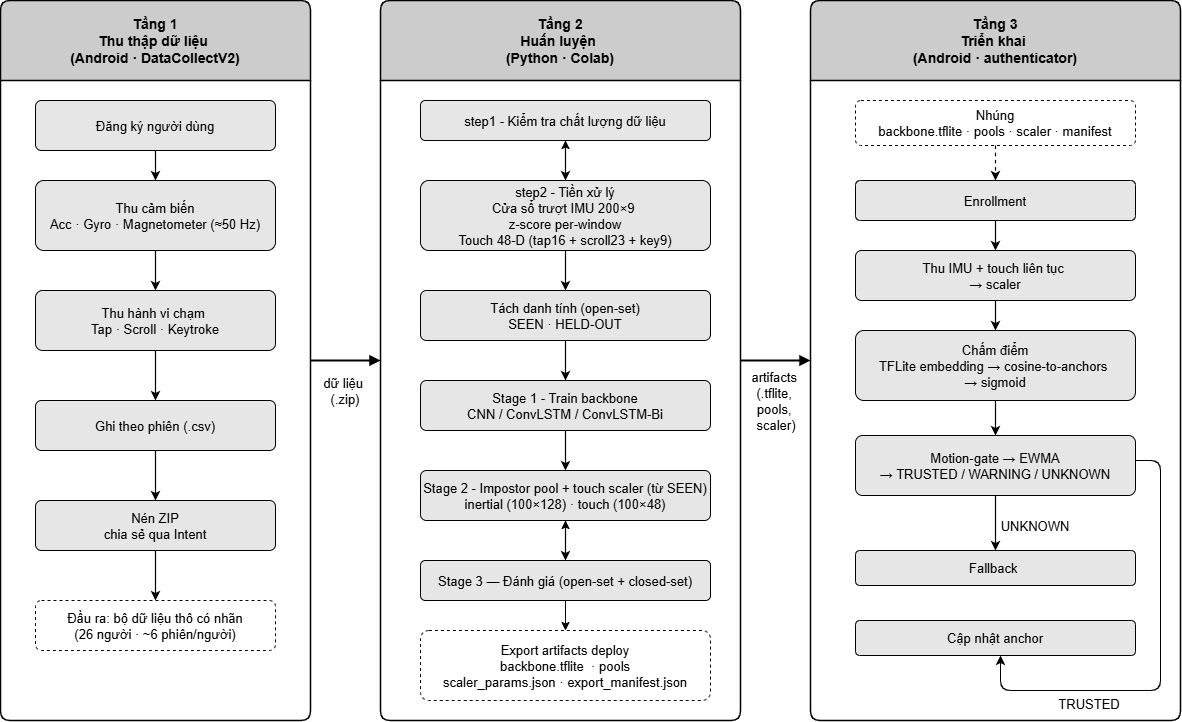
Above: docs/report/DATN/Hinh_ve/kientruc_tongquan.png in MaiVanDang/DATN (draw.io), before the change. Source tidied: cells renumbered, new cells last; positions are measured from the earlier drawing's top-left corner, leaving out a move shared by most shapes.
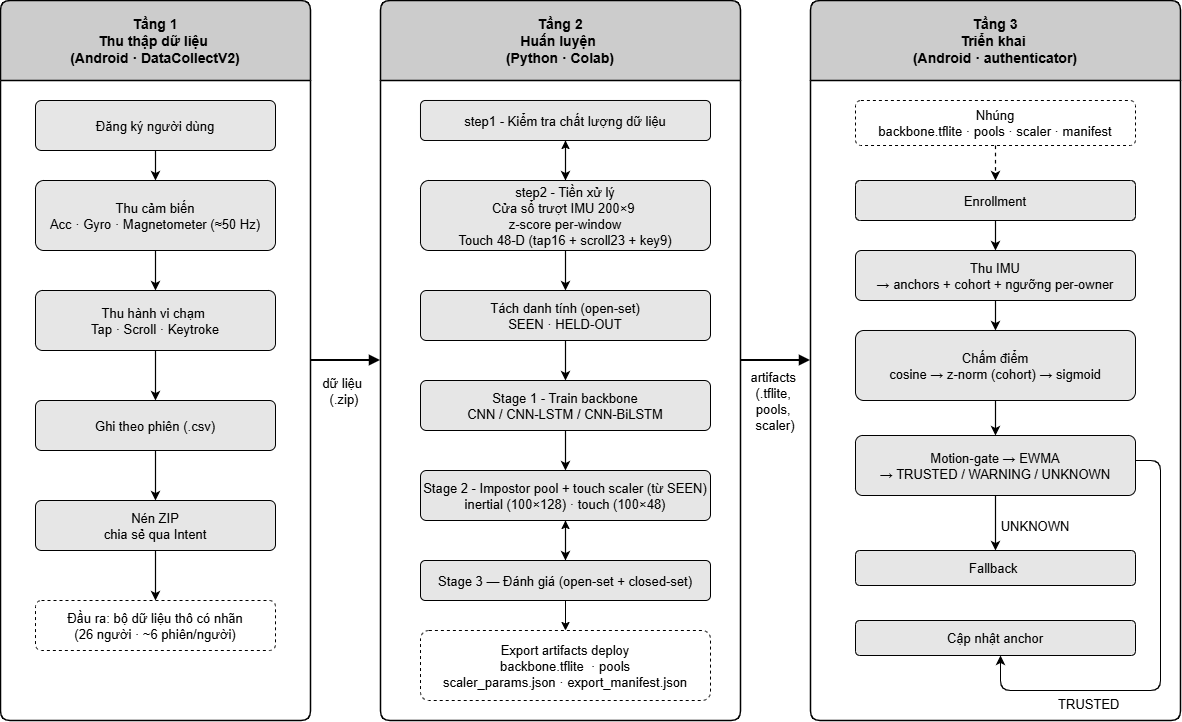
The same file after the commit.

Diff of the diagram source:
```diff
@@ -53,7 +53,7 @@
     <mxCell id="18" value="Tách danh tính (open-set)&#10;SEEN · HELD-OUT" style="rounded=1;arcSize=12;fillColor=#E6E6E6;strokeColor=#000000;fontSize=13;align=center;" parent="14" vertex="1">
       <mxGeometry x="40" y="290" width="290" height="50" as="geometry" />
     </mxCell>
-    <mxCell id="19" value="Stage 1 - Train backbone&#10;CNN / ConvLSTM / ConvLSTM-Bi" style="rounded=1;arcSize=12;fillColor=#E6E6E6;strokeColor=#000000;fontSize=13;align=center;" parent="14" vertex="1">
+    <mxCell id="19" value="Stage 1 - Train backbone&#10;CNN / CNN-LSTM / CNN-BiLSTM" style="rounded=1;arcSize=12;fillColor=#E6E6E6;strokeColor=#000000;fontSize=13;align=center;labelBackgroundColor=none;fontColor=default;" parent="14" vertex="1">
       <mxGeometry x="40" y="380" width="290" height="50" as="geometry" />
     </mxCell>
     <mxCell id="20" value="Stage 2 - Impostor pool + touch scaler (từ SEEN)&#10;inertial (100×128) · touch (100×48)" style="rounded=1;arcSize=12;fillColor=#E6E6E6;strokeColor=#000000;fontSize=13;align=center;" parent="14" vertex="1">
@@ -95,10 +95,10 @@
     <mxCell id="32" value="Enrollment" style="rounded=1;arcSize=12;fillColor=#E6E6E6;strokeColor=#000000;fontSize=13;align=center;" parent="30" vertex="1">
       <mxGeometry x="45" y="180" width="280" height="40" as="geometry" />
     </mxCell>
-    <mxCell id="33" value="Thu IMU + touch liên tục &#10;→ scaler" style="rounded=1;arcSize=12;fillColor=#E6E6E6;strokeColor=#000000;fontSize=13;align=center;" parent="30" vertex="1">
+    <mxCell id="33" value="Thu IMU&#10;→ anchors + cohort + ngưỡng per-owner" style="rounded=1;arcSize=12;fillColor=#E6E6E6;strokeColor=#000000;fontSize=13;align=center;fontColor=default;" parent="30" vertex="1">
       <mxGeometry x="45" y="250" width="280" height="50" as="geometry" />
     </mxCell>
-    <mxCell id="34" value="Chấm điểm&#10;TFLite embedding → cosine-to-anchors &#10;→ sigmoid" style="rounded=1;arcSize=12;fillColor=#E6E6E6;strokeColor=#000000;fontSize=13;align=center;" parent="30" vertex="1">
+    <mxCell id="34" value="Chấm điểm&#10;cosine → z-norm (cohort) → sigmoid" style="rounded=1;arcSize=12;fillColor=#E6E6E6;strokeColor=#000000;fontSize=13;align=center;" parent="30" vertex="1">
       <mxGeometry x="45" y="330" width="280" height="70" as="geometry" />
     </mxCell>
     <mxCell id="35" value="Motion-gate → EWMA&#10;→ TRUSTED / WARNING / UNKNOWN" style="rounded=1;arcSize=12;fillColor=#E6E6E6;strokeColor=#000000;fontSize=13;align=center;" parent="30" vertex="1">
```
